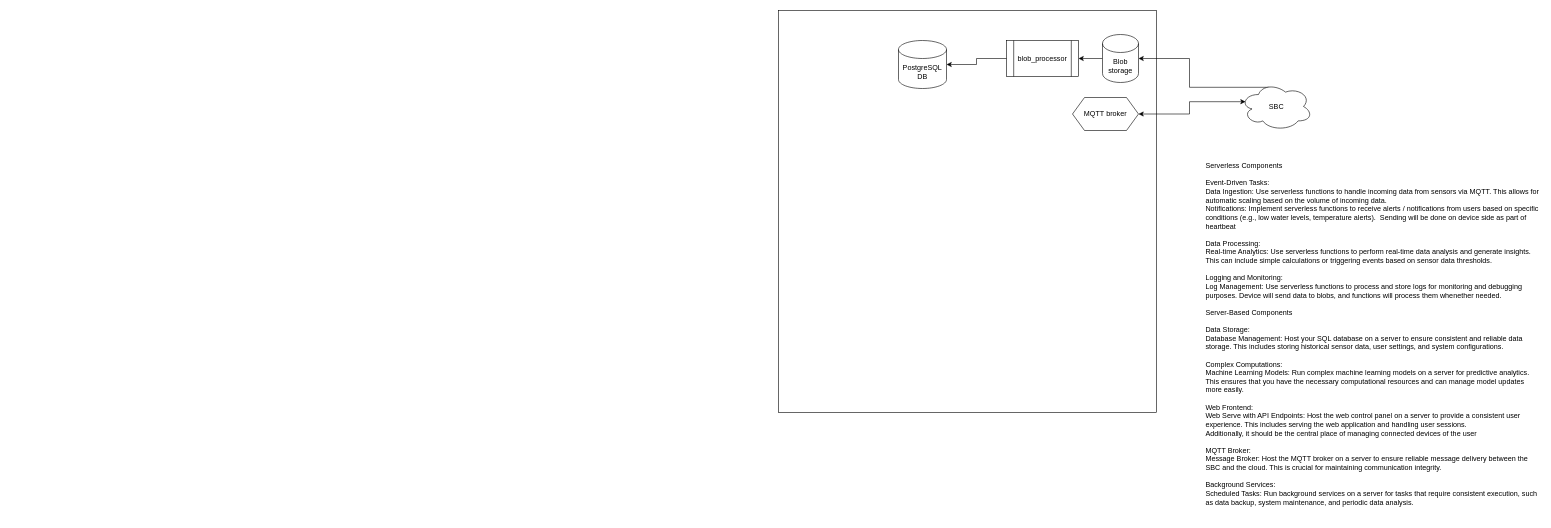
KhazAkar/ags keeps this draw.io diagram as page "CloudArch" (2 of 3) of docs/models/Project.drawio. Above is the earlier version. Source tidied: cells renumbered, new cells numbered last; positions are measured from the earlier drawing's top-left corner, leaving out a move shared by most shapes. Both pictures are drawn from the tidied source at 60%, with x=0, y=0 at pixel (778, 10).
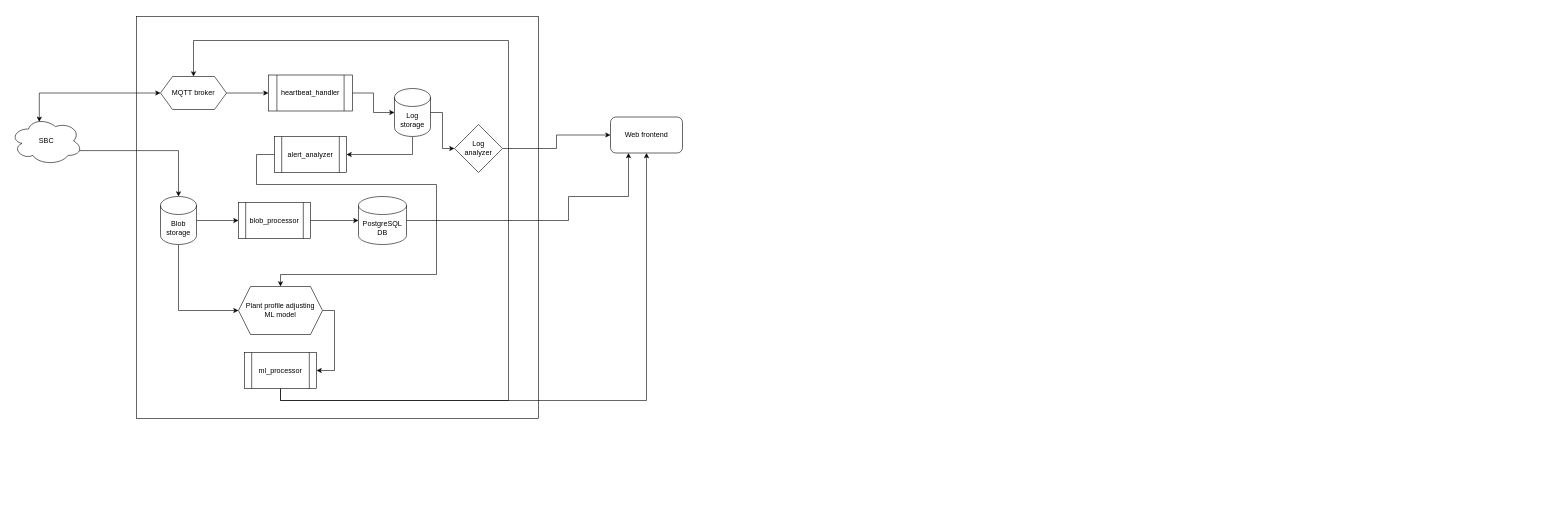
Above is the later version.

Commit message (it also covers changes not shown here):
wip: initial cloud arch setup which will support device setup

Diff of the diagram source:
```diff
@@
-    <mxCell id="3" value="Serverless Components&lt;br&gt;&lt;br&gt;Event-Driven Tasks:&lt;br&gt;Data Ingestion: Use serverless functions to handle incoming data from sensors via MQTT. This allows for automatic scaling based on the volume of incoming data.&lt;br&gt;Notifications: Implement serverless functions to receive alerts / notifications from users based on specific conditions (e.g., low water levels, temperature alerts).&amp;nbsp; Sending will be done on device side as part of heartbeat&lt;br&gt;&lt;br&gt;Data Processing:&lt;br&gt;Real-time Analytics: Use serverless functions to perform real-time data analysis and generate insights. This can include simple calculations or triggering events based on sensor data thresholds.&lt;br&gt;&lt;br&gt;Logging and Monitoring:&lt;br&gt;Log Management: Use serverless functions to process and store logs for monitoring and debugging purposes. Device will send data to blobs, and functions will process them whenether needed.&lt;br&gt;&lt;br&gt;Server-Based Components&lt;br&gt;&lt;br&gt;Data Storage:&lt;br&gt;Database Management: Host your SQL database on a server to ensure consistent and reliable data storage. This includes storing historical sensor data, user settings, and system configurations.&lt;br&gt;&lt;br&gt;Complex Computations:&lt;br&gt;Machine Learning Models: Run complex machine learning models on a server for predictive analytics. This ensures that you have the necessary computational resources and can manage model updates more easily.&lt;br&gt;&lt;br&gt;Web Frontend:&lt;br&gt;Web Serve with API Endpoints: Host the web control panel on a server to provide a consistent user experience. This includes serving the web application and handling user sessions.&lt;br&gt;Additionally, it should be the central place of managing connected devices of the user&lt;br&gt;&lt;br&gt;MQTT Broker:&lt;br&gt;Message Broker: Host the MQTT broker on a server to ensure reliable message delivery between the SBC and the cloud. This is crucial for maintaining communication integrity.&lt;br&gt;&lt;br&gt;Background Services:&lt;br&gt;Scheduled Tasks: Run background services on a server for tasks that require consistent execution, such as data backup, system maintenance, and periodic data analysis." style="text;whiteSpace=wrap;html=1;" parent="1" vertex="1">
-      <mxGeometry x="710" y="245" width="560" height="600" as="geometry" />
-    </mxCell>
-    <mxCell id="4" style="edgeStyle=orthogonalEdgeStyle;rounded=0;jettySize=auto;html=1;exitX=0.4;exitY=0.1;exitDx=0;exitDy=0;exitPerimeter=0;" parent="1" edge="1" source="6" target="9">
+    <mxCell id="4" style="edgeStyle=orthogonalEdgeStyle;rounded=0;jettySize=auto;html=1;exitX=0.96;exitY=0.7;exitDx=0;exitDy=0;exitPerimeter=0;" parent="1" edge="1" source="6" target="9">
       <mxGeometry relative="1" as="geometry" />
     </mxCell>
-    <mxCell id="5" style="edgeStyle=orthogonalEdgeStyle;rounded=0;jettySize=auto;html=1;exitX=0.07;exitY=0.4;exitDx=0;exitDy=0;exitPerimeter=0;entryX=1;entryY=0.5;entryDx=0;entryDy=0;startArrow=classic;startFill=1;" parent="1" edge="1" source="6" target="10">
-      <mxGeometry relative="1" as="geometry" />
-    </mxCell>
     <mxCell id="6" value="SBC" style="ellipse;shape=cloud;whiteSpace=wrap;html=1;" parent="1" vertex="1">
-      <mxGeometry x="770" y="120" width="120" height="80" as="geometry" />
+      <mxGeometry x="-1280" y="177.5" width="120" height="80" as="geometry" />
     </mxCell>
     <mxCell id="7" style="rounded=0;whiteSpace=wrap;html=1;fillColor=none;" parent="1" vertex="1">
-      <mxGeometry width="630" height="670" as="geometry" />
+      <mxGeometry x="-1070" y="10" width="670" height="670" as="geometry" />
     </mxCell>
-    <mxCell id="8" style="edgeStyle=orthogonalEdgeStyle;rounded=0;jettySize=auto;html=1;exitX=0;exitY=0.5;exitDx=0;exitDy=0;exitPerimeter=0;entryX=1;entryY=0.5;entryDx=0;entryDy=0;" parent="1" edge="1" source="9" target="11">
+    <mxCell id="8" style="edgeStyle=orthogonalEdgeStyle;rounded=0;jettySize=auto;html=1;exitX=1;exitY=0.5;exitDx=0;exitDy=0;exitPerimeter=0;entryX=0;entryY=0.5;entryDx=0;entryDy=0;" parent="1" edge="1" source="9" target="11">
       <mxGeometry relative="1" as="geometry" />
     </mxCell>
+    <mxCell id="14" style="edgeStyle=orthogonalEdgeStyle;rounded=0;jettySize=auto;html=1;exitX=0.5;exitY=1;exitDx=0;exitDy=0;exitPerimeter=0;entryX=0;entryY=0.5;entryDx=0;entryDy=0;" parent="1" edge="1" source="9" target="27">
+      <mxGeometry relative="1" as="geometry" />
+    </mxCell>
     <mxCell id="9" value="Blob&lt;div&gt;storage&lt;/div&gt;" style="shape=cylinder3;whiteSpace=wrap;html=1;boundedLbl=1;backgroundOutline=1;size=15;" parent="1" vertex="1">
-      <mxGeometry x="540" y="40" width="60" height="80" as="geometry" />
+      <mxGeometry x="-1030" y="310" width="60" height="80" as="geometry" />
     </mxCell>
+    <mxCell id="15" style="edgeStyle=orthogonalEdgeStyle;rounded=0;jettySize=auto;html=1;exitX=1;exitY=0.5;exitDx=0;exitDy=0;entryX=0;entryY=0.5;entryDx=0;entryDy=0;" parent="1" edge="1" source="10" target="17">
+      <mxGeometry relative="1" as="geometry" />
+    </mxCell>
     <mxCell id="10" value="MQTT broker" style="shape=hexagon;perimeter=hexagonPerimeter2;whiteSpace=wrap;html=1;fixedSize=1;" parent="1" vertex="1">
-      <mxGeometry x="490" y="145" width="110" height="55" as="geometry" />
+      <mxGeometry x="-1030" y="110" width="110" height="55" as="geometry" />
     </mxCell>
+    <mxCell id="16" style="edgeStyle=orthogonalEdgeStyle;rounded=0;jettySize=auto;html=1;exitX=1;exitY=0.5;exitDx=0;exitDy=0;exitPerimeter=0;entryX=0.25;entryY=1;entryDx=0;entryDy=0;" parent="1" edge="1" source="12" target="18">
+      <mxGeometry relative="1" as="geometry">
+        <Array as="points">
+          <mxPoint x="-350" y="350" />
+          <mxPoint x="-350" y="310" />
+          <mxPoint x="-250" y="310" />
+        </Array>
+      </mxGeometry>
+    </mxCell>
+    <mxCell id="12" value="PostgreSQL&lt;div&gt;DB&lt;/div&gt;" style="shape=cylinder3;whiteSpace=wrap;html=1;boundedLbl=1;backgroundOutline=1;size=15;" parent="1" vertex="1">
+      <mxGeometry x="-700" y="310" width="80" height="80" as="geometry" />
+    </mxCell>
     <mxCell id="11" value="blob_processor" style="shape=process;whiteSpace=wrap;html=1;backgroundOutline=1;" parent="1" vertex="1">
-      <mxGeometry x="380" y="50" width="120" height="60" as="geometry" />
+      <mxGeometry x="-900" y="320" width="120" height="60" as="geometry" />
     </mxCell>
-    <mxCell id="12" value="PostgreSQL&lt;div&gt;DB&lt;/div&gt;" style="shape=cylinder3;whiteSpace=wrap;html=1;boundedLbl=1;backgroundOutline=1;size=15;" parent="1" vertex="1">
-      <mxGeometry x="200" y="50" width="80" height="80" as="geometry" />
-    </mxCell>
-    <mxCell id="13" style="edgeStyle=orthogonalEdgeStyle;rounded=0;jettySize=auto;html=1;exitX=0;exitY=0.5;exitDx=0;exitDy=0;entryX=1;entryY=0.5;entryDx=0;entryDy=0;entryPerimeter=0;" parent="1" edge="1" source="11" target="12">
+    <mxCell id="13" style="edgeStyle=orthogonalEdgeStyle;rounded=0;jettySize=auto;html=1;exitX=1;exitY=0.5;exitDx=0;exitDy=0;entryX=0;entryY=0.5;entryDx=0;entryDy=0;entryPerimeter=0;" parent="1" edge="1" source="11" target="12">
       <mxGeometry relative="1" as="geometry" />
     </mxCell>
+    <mxCell id="17" value="heartbeat_handler" style="shape=process;whiteSpace=wrap;html=1;backgroundOutline=1;" parent="1" vertex="1">
+      <mxGeometry x="-850" y="107.5" width="140" height="60" as="geometry" />
+    </mxCell>
+    <mxCell id="18" value="Web frontend" style="rounded=1;whiteSpace=wrap;html=1;" parent="1" vertex="1">
+      <mxGeometry x="-280" y="177.5" width="120" height="60" as="geometry" />
+    </mxCell>
+    <mxCell id="19" style="edgeStyle=orthogonalEdgeStyle;rounded=0;jettySize=auto;html=1;exitX=0.5;exitY=1;exitDx=0;exitDy=0;exitPerimeter=0;entryX=1;entryY=0.5;entryDx=0;entryDy=0;" parent="1" edge="1" source="21" target="24">
+      <mxGeometry relative="1" as="geometry" />
+    </mxCell>
+    <mxCell id="20" style="edgeStyle=orthogonalEdgeStyle;rounded=0;jettySize=auto;html=1;exitX=1;exitY=0.5;exitDx=0;exitDy=0;exitPerimeter=0;entryX=0;entryY=0.5;entryDx=0;entryDy=0;" parent="1" edge="1" source="21" target="32">
+      <mxGeometry relative="1" as="geometry" />
+    </mxCell>
+    <mxCell id="21" value="Log&lt;div&gt;storage&lt;/div&gt;" style="shape=cylinder3;whiteSpace=wrap;html=1;boundedLbl=1;backgroundOutline=1;size=15;" parent="1" vertex="1">
+      <mxGeometry x="-640" y="130" width="60" height="80" as="geometry" />
+    </mxCell>
+    <mxCell id="22" style="edgeStyle=orthogonalEdgeStyle;rounded=0;jettySize=auto;html=1;exitX=1;exitY=0.5;exitDx=0;exitDy=0;entryX=0;entryY=0.5;entryDx=0;entryDy=0;entryPerimeter=0;" parent="1" edge="1" source="17" target="21">
+      <mxGeometry relative="1" as="geometry" />
+    </mxCell>
+    <mxCell id="23" style="edgeStyle=orthogonalEdgeStyle;rounded=0;jettySize=auto;html=1;exitX=0;exitY=0.5;exitDx=0;exitDy=0;entryX=0.5;entryY=0;entryDx=0;entryDy=0;" parent="1" edge="1" source="24" target="27">
+      <mxGeometry relative="1" as="geometry">
+        <Array as="points">
+          <mxPoint x="-870" y="240" />
+          <mxPoint x="-870" y="290" />
+          <mxPoint x="-570" y="290" />
+          <mxPoint x="-570" y="440" />
+          <mxPoint x="-830" y="440" />
+        </Array>
+      </mxGeometry>
+    </mxCell>
+    <mxCell id="24" value="alert_analyzer" style="shape=process;whiteSpace=wrap;html=1;backgroundOutline=1;" parent="1" vertex="1">
+      <mxGeometry x="-840" y="210" width="120" height="60" as="geometry" />
+    </mxCell>
+    <mxCell id="25" style="edgeStyle=orthogonalEdgeStyle;rounded=0;jettySize=auto;html=1;exitX=0;exitY=0.5;exitDx=0;exitDy=0;entryX=0.4;entryY=0.1;entryDx=0;entryDy=0;entryPerimeter=0;startArrow=classic;startFill=1;" parent="1" edge="1" source="10" target="6">
+      <mxGeometry relative="1" as="geometry" />
+    </mxCell>
+    <mxCell id="26" style="edgeStyle=orthogonalEdgeStyle;rounded=0;jettySize=auto;html=1;exitX=1;exitY=0.5;exitDx=0;exitDy=0;entryX=1;entryY=0.5;entryDx=0;entryDy=0;" parent="1" edge="1" source="27" target="30">
+      <mxGeometry relative="1" as="geometry" />
+    </mxCell>
+    <mxCell id="27" value="Plant profile adjusting&lt;div&gt;ML model&lt;/div&gt;" style="shape=hexagon;perimeter=hexagonPerimeter2;whiteSpace=wrap;html=1;fixedSize=1;" parent="1" vertex="1">
+      <mxGeometry x="-900" y="460" width="140" height="80" as="geometry" />
+    </mxCell>
+    <mxCell id="28" style="edgeStyle=orthogonalEdgeStyle;rounded=0;jettySize=auto;html=1;exitX=0.5;exitY=1;exitDx=0;exitDy=0;entryX=0.5;entryY=0;entryDx=0;entryDy=0;" parent="1" edge="1" source="30" target="10">
+      <mxGeometry relative="1" as="geometry">
+        <Array as="points">
+          <mxPoint x="-830" y="650" />
+          <mxPoint x="-450" y="650" />
+          <mxPoint x="-450" y="50" />
+          <mxPoint x="-975" y="50" />
+        </Array>
+      </mxGeometry>
+    </mxCell>
+    <mxCell id="29" style="edgeStyle=orthogonalEdgeStyle;rounded=0;jettySize=auto;html=1;exitX=0.5;exitY=1;exitDx=0;exitDy=0;entryX=0.5;entryY=1;entryDx=0;entryDy=0;" parent="1" edge="1" source="30" target="18">
+      <mxGeometry relative="1" as="geometry" />
+    </mxCell>
+    <mxCell id="30" value="ml_processor" style="shape=process;whiteSpace=wrap;html=1;backgroundOutline=1;" parent="1" vertex="1">
+      <mxGeometry x="-890" y="570" width="120" height="60" as="geometry" />
+    </mxCell>
+    <mxCell id="31" style="edgeStyle=orthogonalEdgeStyle;rounded=0;jettySize=auto;html=1;exitX=1;exitY=0.5;exitDx=0;exitDy=0;entryX=0;entryY=0.5;entryDx=0;entryDy=0;" parent="1" edge="1" source="32" target="18">
+      <mxGeometry relative="1" as="geometry" />
+    </mxCell>
+    <mxCell id="32" value="Log&lt;div&gt;analyzer&lt;/div&gt;" style="rhombus;whiteSpace=wrap;html=1;" parent="1" vertex="1">
+      <mxGeometry x="-540" y="190" width="80" height="80" as="geometry" />
+    </mxCell>
```
